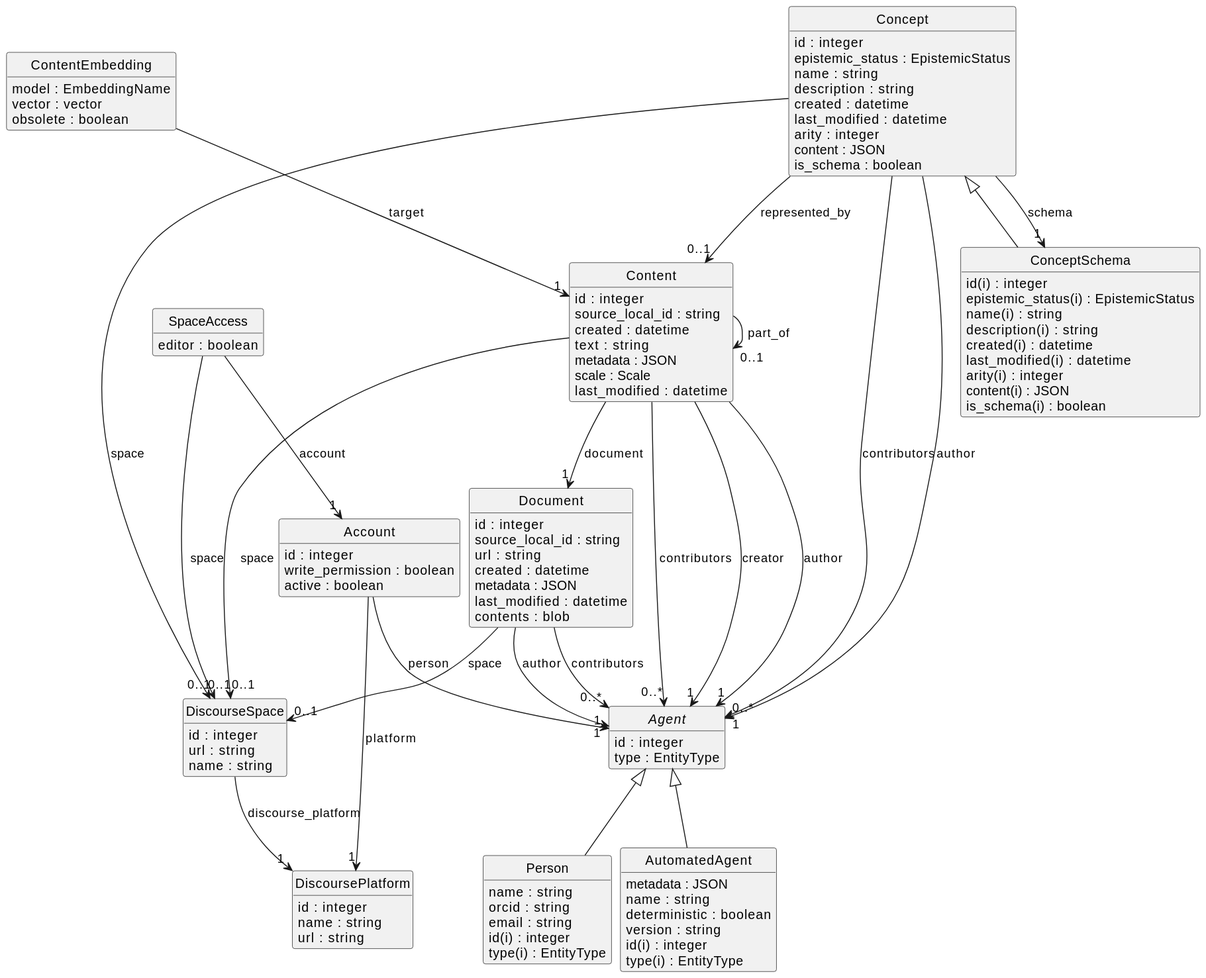
The PlantUML diagram packages/database/schema.svg in DiscourseGraphs/discourse-graph, before a commit.
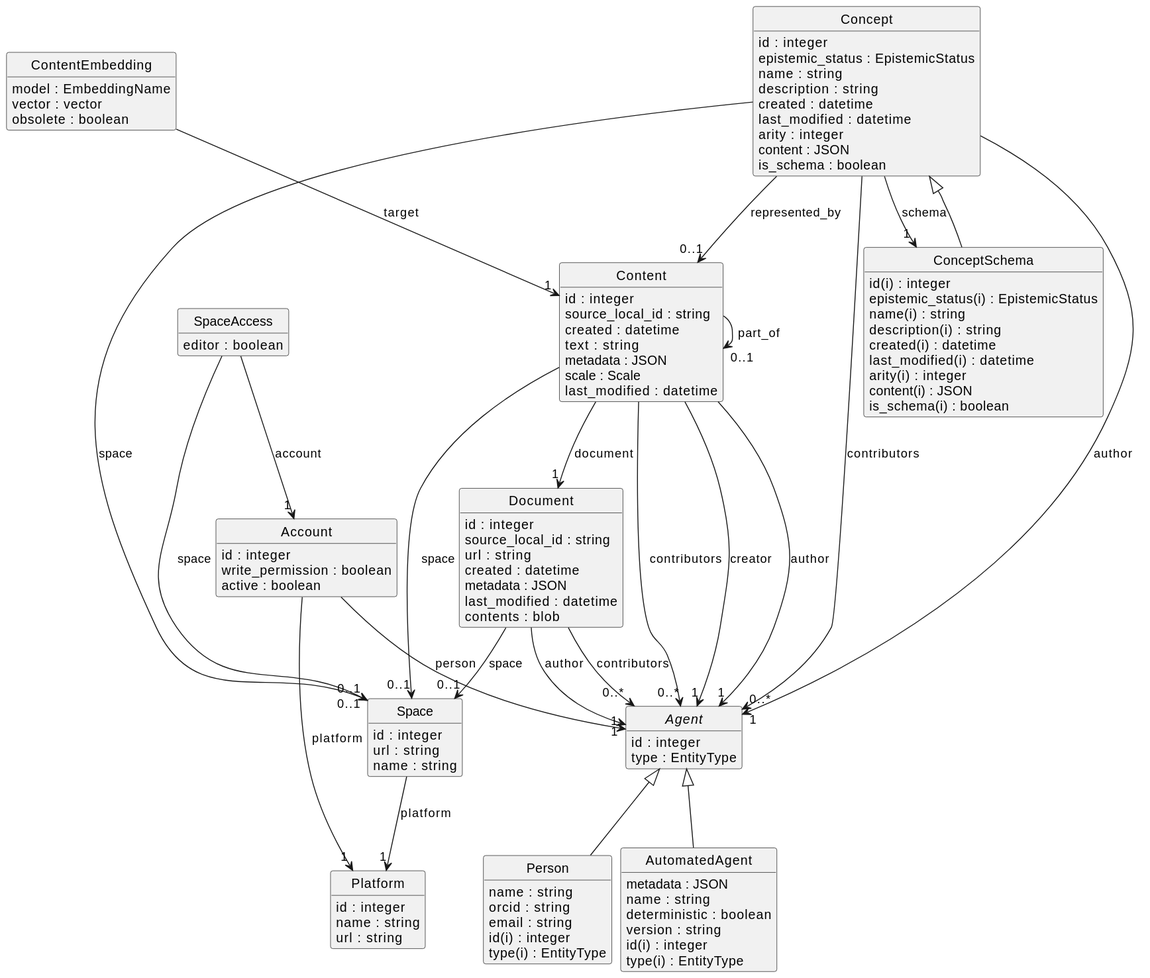
After the commit.

Commit message:
Rename DiscoursePlatform and DiscourseSpace without Discourse

What changed in the source:
```diff
@@ -5,30 +5,22 @@
 class "SpaceAccess" [[{An access control entry for a space}]] {
     {field} editor : boolean
 }
-class "Account" [[{A user account on a discourse platform}]] {
+class "Account" [[{A user account on a platform}]] {
     {field} id : integer
     {field} write_permission : boolean
     {field} active : boolean
 }
-class "DiscourseSpace" [[{A space on a discourse platform representing a community engaged in a conversation}]] {
+class "Space" [[{A space on a platform representing a community engaged in a conversation}]] {
     {field} id : integer
     {field} url : string
     {field} name : string
 }
 "SpaceAccess" --> "1" "Account" : "account"
-"SpaceAccess" --> "0..1" "DiscourseSpace" : "space"
-class "Document" [[{None}]] {
+"SpaceAccess" --> "0..1" "Space" : "space"
+class "Platform" [[{A data platform where discourse happens}]] {
     {field} id : integer
-    {field} source_local_id : string
+    {field} name : string
     {field} url : string
-    {field} created : datetime
-    {field} metadata : JSON
-    {field} last_modified : datetime
-    {field} contents : blob
-}
-abstract "Agent" [[{An agent that acts in the system}]] {
-    {field} id : integer
-    {field} type : EntityType
 }
 class "Content" [[{A unit of content}]] {
     {field} id : integer
@@ -39,14 +31,14 @@
     {field} scale : Scale
     {field} last_modified : datetime
 }
-"Document" --> "0..*" "Agent" : "contributors"
-"Document" --> "1" "Agent" : "author"
-"Document" --> "0..1" "DiscourseSpace" : "space"
-"Content" --> "1" "Document" : "document"
-class "DiscoursePlatform" [[{A data platform where discourse happens}]] {
+class "Document" [[{None}]] {
     {field} id : integer
-    {field} name : string
+    {field} source_local_id : string
     {field} url : string
+    {field} created : datetime
+    {field} metadata : JSON
+    {field} last_modified : datetime
+    {field} contents : blob
 }
 class "Concept" [[{An abstract concept, claim or relation}]] {
     {field} id : integer
@@ -59,10 +51,18 @@
     {field} content : JSON
     {field} is_schema : boolean
 }
-"DiscourseSpace" --> "1" "DiscoursePlatform" : "discourse_platform"
-"Content" --> "0..1" "DiscourseSpace" : "space"
-"Concept" --> "0..1" "DiscourseSpace" : "space"
-"Account" --> "1" "DiscoursePlatform" : "platform"
+"Space" --> "1" "Platform" : "platform"
+"Content" --> "0..1" "Space" : "space"
+"Document" --> "0..1" "Space" : "space"
+"Concept" --> "0..1" "Space" : "space"
+"Account" --> "1" "Platform" : "platform"
+abstract "Agent" [[{An agent that acts in the system}]] {
+    {field} id : integer
+    {field} type : EntityType
+}
+"Document" --> "0..*" "Agent" : "contributors"
+"Document" --> "1" "Agent" : "author"
+"Content" --> "1" "Document" : "document"
 class "ContentEmbedding" [[{None}]] {
     {field} model : EmbeddingName
     {field} vector : vector
```
